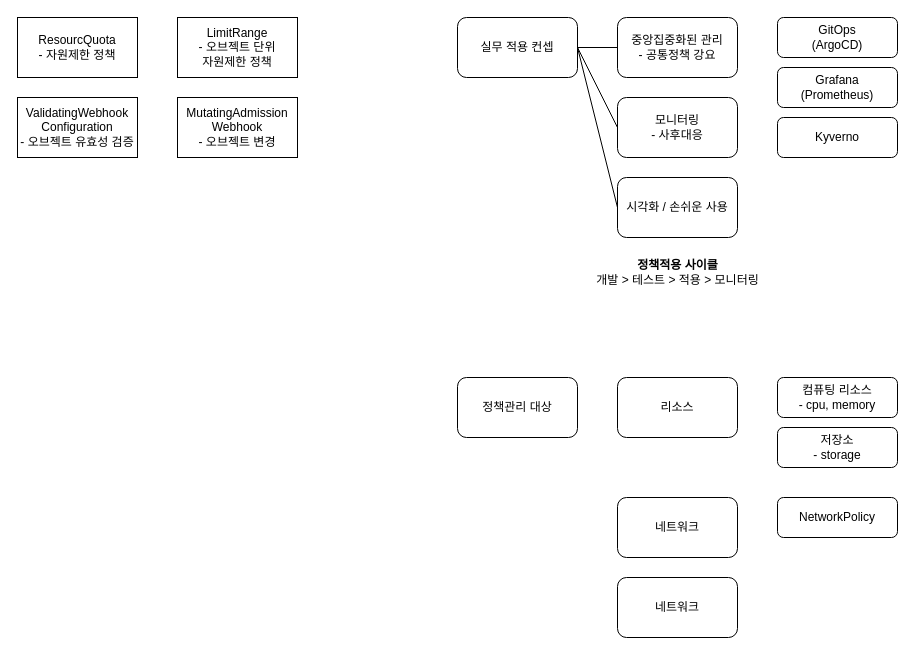
hakchangs/k8s-study keeps this draw.io diagram as page "policy" (1 of 3) of k8s.drawio. Above is the earlier version. Source tidied: cells renumbered, new cells numbered last; positions are measured from the earlier drawing's top-left corner, leaving out a move shared by most shapes. Both pictures are drawn from the tidied source at 100%, with x=0, y=0 at pixel (17, 17).
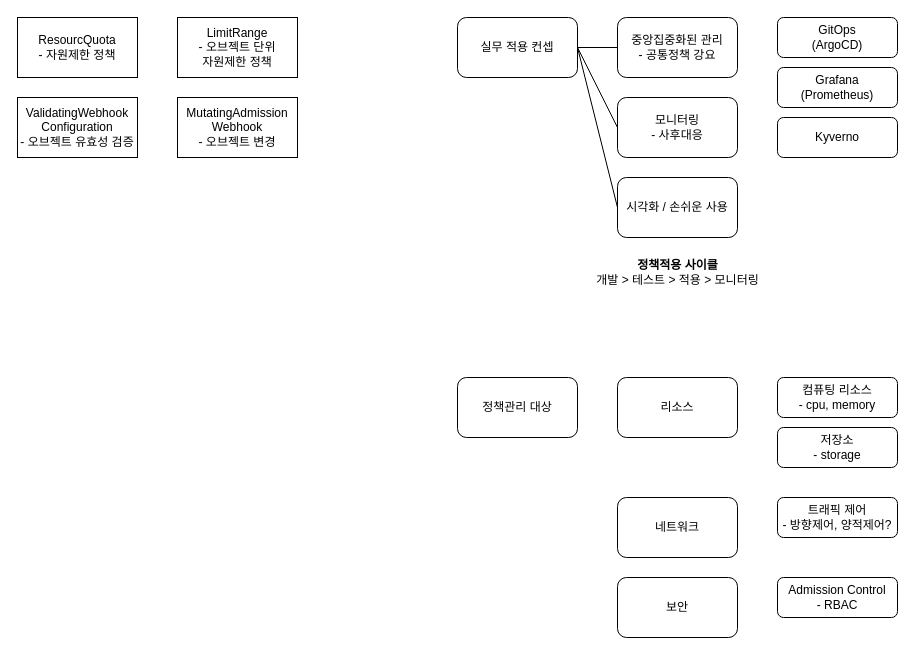
Above is the later version.

Diff of the diagram source:
```diff
@@
-    <mxCell id="22" value="NetworkPolicy" style="rounded=1;whiteSpace=wrap;html=1;" parent="1" vertex="1">
+    <mxCell id="22" value="&lt;div&gt;트래픽 제어&lt;/div&gt;&lt;div&gt;- 방향제어, 양적제어?&lt;br&gt;&lt;/div&gt;" style="rounded=1;whiteSpace=wrap;html=1;" parent="1" vertex="1">
       <mxGeometry x="760" y="480" width="120" height="40" as="geometry" />
     </mxCell>
-    <mxCell id="23" value="네트워크" style="rounded=1;whiteSpace=wrap;html=1;" parent="1" vertex="1">
+    <mxCell id="23" value="보안" style="rounded=1;whiteSpace=wrap;html=1;" parent="1" vertex="1">
       <mxGeometry x="600" y="560" width="120" height="60" as="geometry" />
     </mxCell>
+    <mxCell id="24" value="&lt;div&gt;Admission Control&lt;/div&gt;&lt;div&gt;- RBAC&lt;br&gt;&lt;/div&gt;" style="rounded=1;whiteSpace=wrap;html=1;" parent="1" vertex="1">
+      <mxGeometry x="760" y="560" width="120" height="40" as="geometry" />
+    </mxCell>
```
